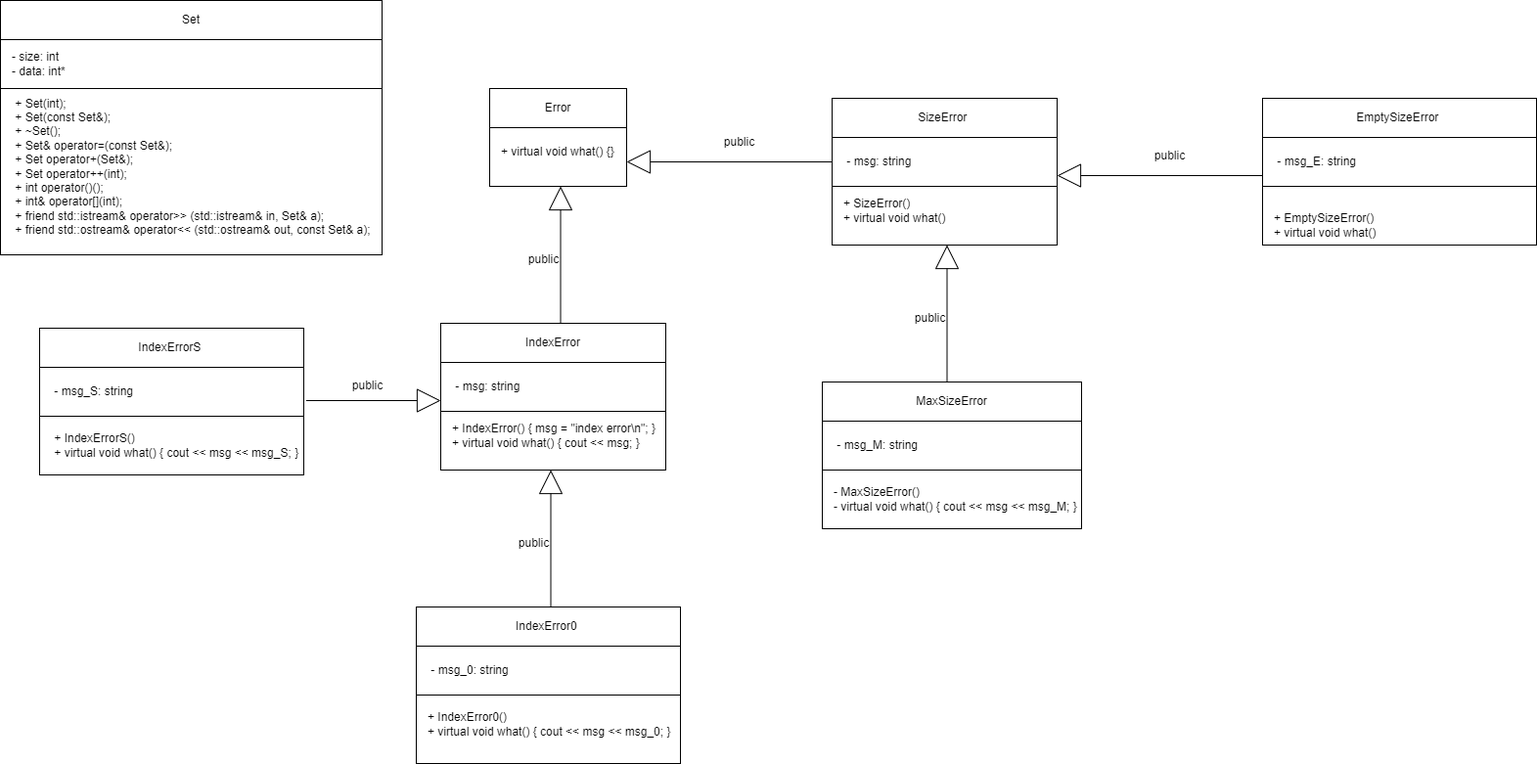
The draw.io diagram 2 Семестр/Class/Лаба 11/Лаба 11 Классы.png in IlyaFedoseev227/LABS-PNRPU-IVT-22-1b, before a commit. Source tidied: cells renumbered, new cells last; positions are measured from the earlier drawing's top-left corner, leaving out a move shared by most shapes.
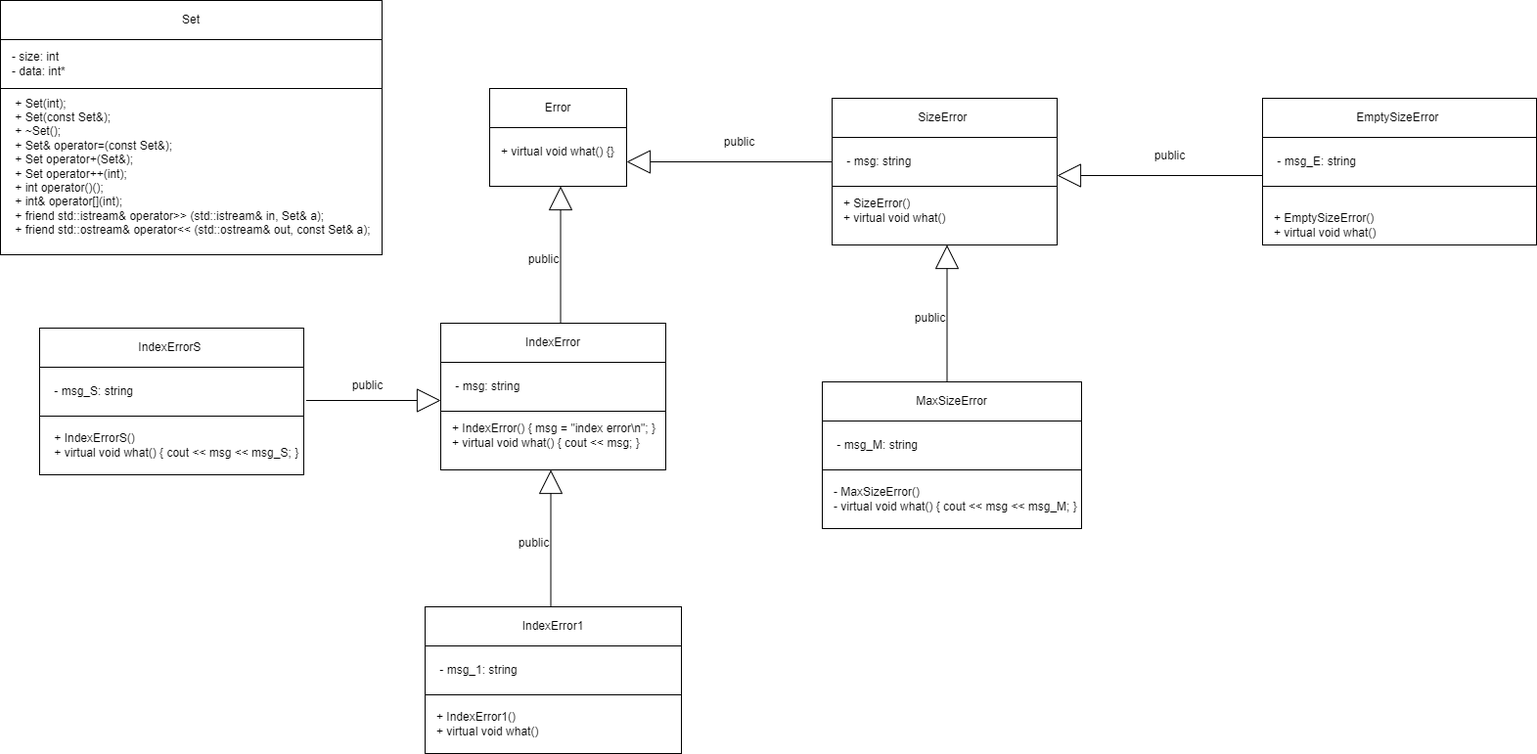
Later version of the same file.

What changed in the source:
```diff
@@ -105,19 +105,19 @@
       <mxGeometry x="1170" y="144" width="50" height="30" as="geometry" />
     </mxCell>
     <mxCell id="33" style="rounded=0;whiteSpace=wrap;html=1;" parent="1" vertex="1">
-      <mxGeometry x="425" y="620" width="270" height="160" as="geometry" />
+      <mxGeometry x="434" y="620" width="262" height="150" as="geometry" />
     </mxCell>
-    <mxCell id="34" value="IndexError0&amp;nbsp;" style="rounded=0;whiteSpace=wrap;html=1;" parent="1" vertex="1">
-      <mxGeometry x="425" y="620" width="270" height="40" as="geometry" />
+    <mxCell id="34" value="IndexError1" style="rounded=0;whiteSpace=wrap;html=1;" parent="1" vertex="1">
+      <mxGeometry x="434" y="620" width="262" height="40" as="geometry" />
     </mxCell>
-    <mxCell id="35" value="&lt;div&gt;+ IndexError0()&lt;/div&gt;&lt;div&gt;&lt;span style=&quot;white-space: pre;&quot;&gt;+ &lt;/span&gt;virtual void what() { cout &amp;lt;&amp;lt; msg &amp;lt;&amp;lt; msg_0; }&lt;/div&gt;" style="text;html=1;align=left;verticalAlign=middle;strokeColor=none;fillColor=none;" parent="1" vertex="1">
-      <mxGeometry x="435" y="720" width="270" height="40" as="geometry" />
+    <mxCell id="35" value="&lt;div&gt;+ IndexError1()&lt;/div&gt;&lt;div&gt;&lt;span style=&quot;white-space: pre;&quot;&gt;+ &lt;/span&gt;virtual void what()&lt;/div&gt;" style="text;html=1;align=left;verticalAlign=middle;strokeColor=none;fillColor=none;" parent="1" vertex="1">
+      <mxGeometry x="444" y="720" width="130" height="40" as="geometry" />
     </mxCell>
     <mxCell id="36" style="rounded=0;whiteSpace=wrap;html=1;" parent="1" vertex="1">
-      <mxGeometry x="425" y="660" width="270" height="50" as="geometry" />
+      <mxGeometry x="434" y="660" width="262" height="50" as="geometry" />
     </mxCell>
-    <mxCell id="37" value="&amp;nbsp;- msg_0: string" style="text;html=1;align=left;verticalAlign=middle;strokeColor=none;fillColor=none;" parent="1" vertex="1">
-      <mxGeometry x="435" y="670" width="110" height="30" as="geometry" />
+    <mxCell id="37" value="&amp;nbsp;- msg_1: string" style="text;html=1;align=left;verticalAlign=middle;strokeColor=none;fillColor=none;" parent="1" vertex="1">
+      <mxGeometry x="444" y="670" width="110" height="30" as="geometry" />
     </mxCell>
     <mxCell id="38" style="edgeStyle=orthogonalEdgeStyle;rounded=0;orthogonalLoop=1;jettySize=auto;html=1;endArrow=block;endFill=0;strokeWidth=1;endSize=22;exitX=0.5;exitY=0;exitDx=0;exitDy=0;" parent="1" edge="1">
       <mxGeometry relative="1" as="geometry">
```
